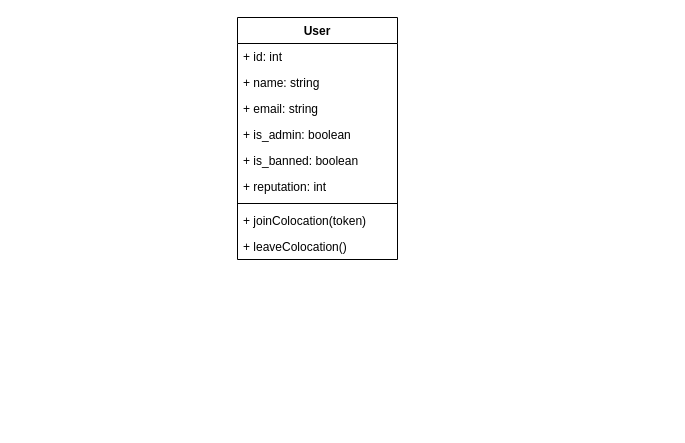
Before: diagrammes/Diagramme de classes.drawio in mehamdwsw/EasyColoc, a draw.io diagram. Source tidied: cells renumbered, new cells numbered last; positions are measured from the earlier drawing's top-left corner, leaving out a move shared by most shapes. Both pictures are drawn from the tidied source at 100%, with x=0, y=0 at pixel (237, 17).
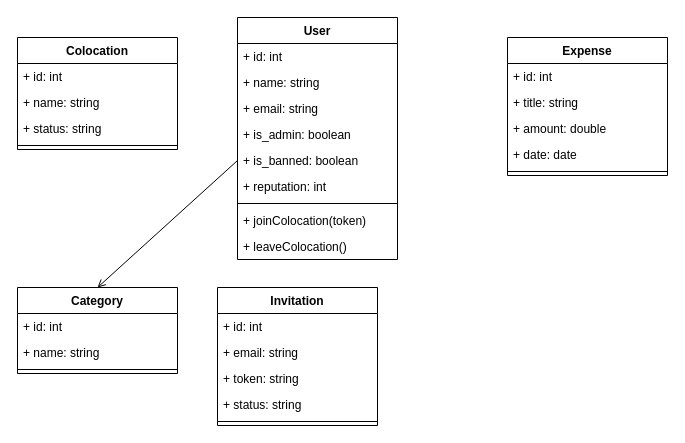
After the change.

Commit message:
Class Diagram Invitation

The change refers to these unchanged cells:
```xml
<mxCell id="7" value="+ is_banned: boolean" style="text;strokeColor=none;fillColor=none;align=left;verticalAlign=top;spacingLeft=4;spacingRight=4;overflow=hidden;points=[[0,0.5],[1,0.5]];portConstraint=eastwest;whiteSpace=wrap;html=1;" parent="2" vertex="1">
  <mxGeometry y="130" width="160" height="26" as="geometry" />
</mxCell>
```

What changed in the source:
```diff
@@
+    <mxCell id="12" value="Colocation  " style="swimlane;fontStyle=1;align=center;verticalAlign=top;horizontal=1;startSize=26;whiteSpace=wrap;html=1;" parent="1" vertex="1">
+      <mxGeometry x="-220" y="20" width="160" height="112" as="geometry" />
+    </mxCell>
+    <mxCell id="13" value="+ id: int" style="text;strokeColor=none;fillColor=none;align=left;verticalAlign=top;spacingLeft=4;spacingRight=4;overflow=hidden;whiteSpace=wrap;html=1;" parent="12" vertex="1">
+      <mxGeometry y="26" width="160" height="26" as="geometry" />
+    </mxCell>
+    <mxCell id="14" value="+ name: string" style="text;strokeColor=none;fillColor=none;align=left;verticalAlign=top;spacingLeft=4;spacingRight=4;overflow=hidden;whiteSpace=wrap;html=1;" parent="12" vertex="1">
+      <mxGeometry y="52" width="160" height="26" as="geometry" />
+    </mxCell>
+    <mxCell id="15" value="+ status: string" style="text;strokeColor=none;fillColor=none;align=left;verticalAlign=top;spacingLeft=4;spacingRight=4;overflow=hidden;whiteSpace=wrap;html=1;" parent="12" vertex="1">
+      <mxGeometry y="78" width="160" height="26" as="geometry" />
+    </mxCell>
+    <mxCell id="16" style="line;strokeWidth=1;fillColor=none;align=left;verticalAlign=middle;spacingTop=-1;spacingLeft=3;spacingRight=3;labelPosition=right;strokeColor=inherit;" parent="12" vertex="1">
+      <mxGeometry y="104" width="160" height="8" as="geometry" />
+    </mxCell>
+    <mxCell id="17" value="Expense  " style="swimlane;fontStyle=1;align=center;verticalAlign=top;horizontal=1;startSize=26;whiteSpace=wrap;html=1;" parent="1" vertex="1">
+      <mxGeometry x="270" y="20" width="160" height="138" as="geometry" />
+    </mxCell>
+    <mxCell id="18" value="+ id: int" style="text;strokeColor=none;fillColor=none;align=left;verticalAlign=top;spacingLeft=4;spacingRight=4;overflow=hidden;whiteSpace=wrap;html=1;" parent="17" vertex="1">
+      <mxGeometry y="26" width="160" height="26" as="geometry" />
+    </mxCell>
+    <mxCell id="19" value="+ title: string" style="text;strokeColor=none;fillColor=none;align=left;verticalAlign=top;spacingLeft=4;spacingRight=4;overflow=hidden;whiteSpace=wrap;html=1;" parent="17" vertex="1">
+      <mxGeometry y="52" width="160" height="26" as="geometry" />
+    </mxCell>
+    <mxCell id="20" value="+ amount: double" style="text;strokeColor=none;fillColor=none;align=left;verticalAlign=top;spacingLeft=4;spacingRight=4;overflow=hidden;whiteSpace=wrap;html=1;" parent="17" vertex="1">
+      <mxGeometry y="78" width="160" height="26" as="geometry" />
+    </mxCell>
+    <mxCell id="21" value="+ date: date" style="text;strokeColor=none;fillColor=none;align=left;verticalAlign=top;spacingLeft=4;spacingRight=4;overflow=hidden;whiteSpace=wrap;html=1;" parent="17" vertex="1">
+      <mxGeometry y="104" width="160" height="26" as="geometry" />
+    </mxCell>
+    <mxCell id="22" style="line;strokeWidth=1;fillColor=none;align=left;verticalAlign=middle;spacingTop=-1;spacingLeft=3;spacingRight=3;labelPosition=right;strokeColor=inherit;" parent="17" vertex="1">
+      <mxGeometry y="130" width="160" height="8" as="geometry" />
+    </mxCell>
+    <mxCell id="23" value="Category   " style="swimlane;fontStyle=1;align=center;verticalAlign=top;horizontal=1;startSize=26;whiteSpace=wrap;html=1;" parent="1" vertex="1">
+      <mxGeometry x="-220" y="270" width="160" height="86" as="geometry" />
+    </mxCell>
+    <mxCell id="24" value="+ id: int" style="text;strokeColor=none;fillColor=none;align=left;verticalAlign=top;spacingLeft=4;spacingRight=4;overflow=hidden;whiteSpace=wrap;html=1;" parent="23" vertex="1">
+      <mxGeometry y="26" width="160" height="26" as="geometry" />
+    </mxCell>
+    <mxCell id="25" value="+ name: string" style="text;strokeColor=none;fillColor=none;align=left;verticalAlign=top;spacingLeft=4;spacingRight=4;overflow=hidden;whiteSpace=wrap;html=1;" parent="23" vertex="1">
+      <mxGeometry y="52" width="160" height="26" as="geometry" />
+    </mxCell>
+    <mxCell id="26" style="line;strokeWidth=1;fillColor=none;align=left;verticalAlign=middle;spacingTop=-1;spacingLeft=3;spacingRight=3;labelPosition=right;strokeColor=inherit;" parent="23" vertex="1">
+      <mxGeometry y="78" width="160" height="8" as="geometry" />
+    </mxCell>
+    <mxCell id="27" value="Invitation    " style="swimlane;fontStyle=1;align=center;verticalAlign=top;horizontal=1;startSize=26;whiteSpace=wrap;html=1;" parent="1" vertex="1">
+      <mxGeometry x="-20" y="270" width="160" height="138" as="geometry" />
+    </mxCell>
+    <mxCell id="28" value="+ id: int" style="text;strokeColor=none;fillColor=none;align=left;verticalAlign=top;spacingLeft=4;spacingRight=4;overflow=hidden;whiteSpace=wrap;html=1;" parent="27" vertex="1">
+      <mxGeometry y="26" width="160" height="26" as="geometry" />
+    </mxCell>
+    <mxCell id="29" value="+ email: string" style="text;strokeColor=none;fillColor=none;align=left;verticalAlign=top;spacingLeft=4;spacingRight=4;overflow=hidden;whiteSpace=wrap;html=1;" parent="27" vertex="1">
+      <mxGeometry y="52" width="160" height="26" as="geometry" />
+    </mxCell>
+    <mxCell id="30" value="+ token: string" style="text;strokeColor=none;fillColor=none;align=left;verticalAlign=top;spacingLeft=4;spacingRight=4;overflow=hidden;whiteSpace=wrap;html=1;" parent="27" vertex="1">
+      <mxGeometry y="78" width="160" height="26" as="geometry" />
+    </mxCell>
+    <mxCell id="31" value="+ status: string" style="text;strokeColor=none;fillColor=none;align=left;verticalAlign=top;spacingLeft=4;spacingRight=4;overflow=hidden;whiteSpace=wrap;html=1;" parent="27" vertex="1">
+      <mxGeometry y="104" width="160" height="26" as="geometry" />
+    </mxCell>
+    <mxCell id="32" style="line;strokeWidth=1;fillColor=none;align=left;verticalAlign=middle;spacingTop=-1;spacingLeft=3;spacingRight=3;labelPosition=right;strokeColor=inherit;" parent="27" vertex="1">
+      <mxGeometry y="130" width="160" height="8" as="geometry" />
+    </mxCell>
+    <mxCell id="33" style="endArrow=open;html=1;rounded=0;align=center;verticalAlign=top;endFill=0;labelBackgroundColor=none;endSize=6;exitX=0;exitY=0.5;exitDx=0;exitDy=0;entryX=0.5;entryY=0;entryDx=0;entryDy=0;" parent="1" edge="1" source="7" target="23">
+      <mxGeometry relative="1" as="geometry" />
+    </mxCell>
```
